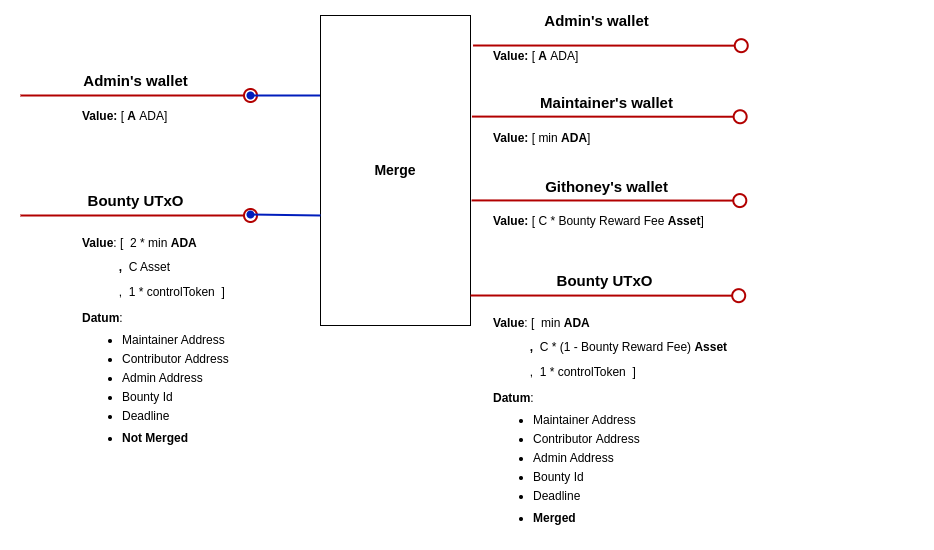
Above: docs/img/merge.png in githoney-io/githoney-smart-contract (draw.io), before the change. Source tidied: cells renumbered, new cells last; positions are measured from the earlier drawing's top-left corner, leaving out a move shared by most shapes.
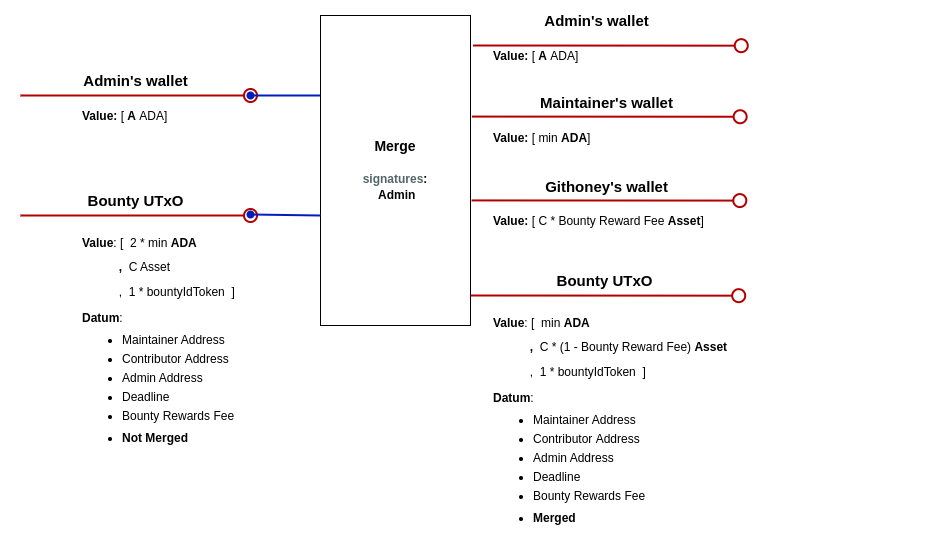
The same file after the commit.

The edit, as a diff of the source:
```diff
@@ -23,7 +23,7 @@
         <mxPoint x="719.7" y="111.2" as="targetPoint" />
       </mxGeometry>
     </mxCell>
-    <mxCell id="6" value="&lt;font style=&quot;&quot;&gt;&lt;span style=&quot;font-weight: bold; font-size: 14px;&quot;&gt;Merge&lt;/span&gt;&lt;/font&gt;" style="rounded=0;whiteSpace=wrap;html=1;" parent="1" vertex="1">
+    <mxCell id="6" value="&lt;font style=&quot;&quot;&gt;&lt;span style=&quot;font-weight: bold; font-size: 14px;&quot;&gt;Merge&lt;br&gt;&lt;br&gt;&lt;/span&gt;&lt;b&gt;&lt;font color=&quot;#536569&quot;&gt;signatures&lt;/font&gt;:&lt;br&gt;&amp;nbsp;Admin&lt;/b&gt;&lt;span style=&quot;font-weight: bold; font-size: 14px;&quot;&gt;&lt;br&gt;&lt;/span&gt;&lt;/font&gt;" style="rounded=0;whiteSpace=wrap;html=1;" parent="1" vertex="1">
       <mxGeometry x="300" y="10" width="150" height="310" as="geometry" />
     </mxCell>
     <mxCell id="7" value="&lt;font style=&quot;font-size: 15px;&quot;&gt;&lt;b style=&quot;font-size: 12px;&quot;&gt;&lt;font style=&quot;font-size: 15px;&quot;&gt;Admin's wallet&lt;/font&gt;&lt;/b&gt;&lt;b&gt;&lt;br&gt;&lt;/b&gt;&lt;/font&gt;" style="text;html=1;align=center;verticalAlign=middle;strokeColor=none;fillColor=none;" parent="1" vertex="1">
@@ -47,10 +47,10 @@
     <mxCell id="11" value="&lt;font style=&quot;font-size: 15px;&quot;&gt;&lt;b&gt;Bounty UTxO&lt;/b&gt;&lt;/font&gt;" style="text;html=1;align=center;verticalAlign=middle;strokeColor=none;fillColor=none;" parent="1" vertex="1">
       <mxGeometry x="55" y="180" width="120" height="30" as="geometry" />
     </mxCell>
-    <mxCell id="12" value="&lt;p style=&quot;line-height: 100%;&quot;&gt;&lt;b&gt;Value&lt;/b&gt;: [&amp;nbsp; 2 * min&lt;b&gt;&amp;nbsp;ADA&lt;/b&gt;&lt;/p&gt;&lt;p style=&quot;line-height: 100%;&quot;&gt;&lt;b&gt;&lt;span style=&quot;white-space: pre;&quot;&gt;&#9;&lt;/span&gt;&amp;nbsp; &amp;nbsp;,&amp;nbsp; &lt;/b&gt;C Asset&lt;br&gt;&lt;/p&gt;&lt;span style=&quot;background-color: initial;&quot;&gt;&amp;nbsp; &amp;nbsp; &amp;nbsp; &amp;nbsp; &amp;nbsp; &amp;nbsp;,&amp;nbsp; 1 * controlToken&lt;/span&gt;&lt;b style=&quot;background-color: initial;&quot;&gt;&amp;nbsp;&amp;nbsp;&lt;/b&gt;&lt;span style=&quot;background-color: initial;&quot;&gt;]&amp;nbsp;&lt;/span&gt;&lt;div&gt;&lt;p style=&quot;line-height: 100%;&quot;&gt;&lt;b&gt;Datum&lt;/b&gt;:&lt;/p&gt;&lt;ul style=&quot;line-height: 80%;&quot;&gt;&lt;li&gt;Maintainer Address&lt;br&gt;&lt;br&gt;&lt;/li&gt;&lt;li&gt;Contributor&amp;nbsp;Address&lt;br&gt;&lt;br&gt;&lt;/li&gt;&lt;li&gt;Admin Address&amp;nbsp; &amp;nbsp; &amp;nbsp; &amp;nbsp; &amp;nbsp; &amp;nbsp;&lt;br&gt;&amp;nbsp; &amp;nbsp; &amp;nbsp;&lt;/li&gt;&lt;li&gt;Bounty Id&lt;br&gt;&lt;br&gt;&lt;/li&gt;&lt;li&gt;Deadline&lt;/li&gt;&lt;/ul&gt;&lt;ul style=&quot;line-height: 80%;&quot;&gt;&lt;li&gt;&lt;b&gt;Not Merged&lt;br&gt;&lt;/b&gt;&lt;/li&gt;&lt;/ul&gt;&lt;p&gt;&lt;/p&gt;&lt;/div&gt;" style="text;html=1;strokeColor=none;fillColor=none;align=left;verticalAlign=middle;whiteSpace=wrap;rounded=0;" parent="1" vertex="1">
+    <mxCell id="12" value="&lt;p style=&quot;line-height: 100%;&quot;&gt;&lt;b&gt;Value&lt;/b&gt;: [&amp;nbsp; 2 * min&lt;b&gt;&amp;nbsp;ADA&lt;/b&gt;&lt;/p&gt;&lt;p style=&quot;line-height: 100%;&quot;&gt;&lt;b&gt;&lt;span style=&quot;white-space: pre;&quot;&gt;&#9;&lt;/span&gt;&amp;nbsp; &amp;nbsp;,&amp;nbsp; &lt;/b&gt;C Asset&lt;br&gt;&lt;/p&gt;&lt;span style=&quot;background-color: initial;&quot;&gt;&amp;nbsp; &amp;nbsp; &amp;nbsp; &amp;nbsp; &amp;nbsp; &amp;nbsp;,&amp;nbsp; 1 * bountyIdToken&lt;/span&gt;&lt;b style=&quot;background-color: initial;&quot;&gt;&amp;nbsp;&amp;nbsp;&lt;/b&gt;&lt;span style=&quot;background-color: initial;&quot;&gt;]&amp;nbsp;&lt;/span&gt;&lt;div&gt;&lt;p style=&quot;line-height: 100%;&quot;&gt;&lt;b&gt;Datum&lt;/b&gt;:&lt;/p&gt;&lt;ul style=&quot;line-height: 80%;&quot;&gt;&lt;li&gt;Maintainer Address&lt;br&gt;&lt;br&gt;&lt;/li&gt;&lt;li&gt;Contributor&amp;nbsp;Address&lt;br&gt;&lt;br&gt;&lt;/li&gt;&lt;li&gt;Admin Address&amp;nbsp; &amp;nbsp; &amp;nbsp; &amp;nbsp; &amp;nbsp; &amp;nbsp;&lt;br&gt;&amp;nbsp; &amp;nbsp; &amp;nbsp;&lt;/li&gt;&lt;li&gt;Deadline&lt;br&gt;&lt;br&gt;&lt;/li&gt;&lt;li&gt;Bounty Rewards Fee&lt;/li&gt;&lt;/ul&gt;&lt;ul style=&quot;line-height: 80%;&quot;&gt;&lt;li&gt;&lt;b&gt;Not Merged&lt;br&gt;&lt;/b&gt;&lt;/li&gt;&lt;/ul&gt;&lt;p&gt;&lt;/p&gt;&lt;/div&gt;" style="text;html=1;strokeColor=none;fillColor=none;align=left;verticalAlign=middle;whiteSpace=wrap;rounded=0;" parent="1" vertex="1">
       <mxGeometry x="60" y="210" width="437.4" height="250" as="geometry" />
     </mxCell>
-    <mxCell id="13" value="&lt;p style=&quot;line-height: 100%;&quot;&gt;&lt;b&gt;Value&lt;/b&gt;: [&amp;nbsp; min&lt;b&gt;&amp;nbsp;ADA&lt;/b&gt;&lt;/p&gt;&lt;p style=&quot;line-height: 100%;&quot;&gt;&lt;b&gt;&lt;span style=&quot;white-space: pre;&quot;&gt;&#9;&lt;/span&gt;&amp;nbsp; &amp;nbsp;,&amp;nbsp;&amp;nbsp;&lt;/b&gt;&lt;span style=&quot;background-color: initial;&quot;&gt;C * (1 - Bounty Reward Fee)&lt;/span&gt;&lt;span style=&quot;background-color: initial;&quot;&gt;&amp;nbsp;&lt;/span&gt;&lt;b style=&quot;background-color: initial;&quot;&gt;Asset&lt;/b&gt;&lt;br&gt;&lt;/p&gt;&lt;span style=&quot;background-color: initial;&quot;&gt;&amp;nbsp; &amp;nbsp; &amp;nbsp; &amp;nbsp; &amp;nbsp; &amp;nbsp;,&amp;nbsp; 1 * controlToken&lt;/span&gt;&lt;b style=&quot;background-color: initial;&quot;&gt;&amp;nbsp;&amp;nbsp;&lt;/b&gt;&lt;span style=&quot;background-color: initial;&quot;&gt;]&amp;nbsp;&lt;/span&gt;&lt;div&gt;&lt;p style=&quot;line-height: 100%;&quot;&gt;&lt;b&gt;Datum&lt;/b&gt;:&lt;/p&gt;&lt;ul style=&quot;line-height: 80%;&quot;&gt;&lt;li&gt;Maintainer Address&lt;br&gt;&lt;b&gt;&lt;br&gt;&lt;/b&gt;&lt;/li&gt;&lt;li&gt;Contributor&amp;nbsp;Address&lt;br&gt;&lt;/li&gt;&lt;br&gt;&lt;li&gt;Admin Address&amp;nbsp; &amp;nbsp; &amp;nbsp; &amp;nbsp; &amp;nbsp; &amp;nbsp;&lt;br&gt;&amp;nbsp; &amp;nbsp; &amp;nbsp;&lt;/li&gt;&lt;li&gt;Bounty Id&lt;br&gt;&lt;br&gt;&lt;/li&gt;&lt;li&gt;Deadline&lt;/li&gt;&lt;/ul&gt;&lt;ul style=&quot;line-height: 80%;&quot;&gt;&lt;li&gt;&lt;b&gt;Merged&lt;br&gt;&lt;/b&gt;&lt;/li&gt;&lt;/ul&gt;&lt;p&gt;&lt;/p&gt;&lt;/div&gt;" style="text;html=1;strokeColor=none;fillColor=none;align=left;verticalAlign=middle;whiteSpace=wrap;rounded=0;" parent="1" vertex="1">
+    <mxCell id="13" value="&lt;p style=&quot;line-height: 100%;&quot;&gt;&lt;b&gt;Value&lt;/b&gt;: [&amp;nbsp; min&lt;b&gt;&amp;nbsp;ADA&lt;/b&gt;&lt;/p&gt;&lt;p style=&quot;line-height: 100%;&quot;&gt;&lt;b&gt;&lt;span style=&quot;white-space: pre;&quot;&gt;&#9;&lt;/span&gt;&amp;nbsp; &amp;nbsp;,&amp;nbsp;&amp;nbsp;&lt;/b&gt;&lt;span style=&quot;background-color: initial;&quot;&gt;C * (1 - Bounty Reward Fee)&lt;/span&gt;&lt;span style=&quot;background-color: initial;&quot;&gt;&amp;nbsp;&lt;/span&gt;&lt;b style=&quot;background-color: initial;&quot;&gt;Asset&lt;/b&gt;&lt;br&gt;&lt;/p&gt;&lt;span style=&quot;background-color: initial;&quot;&gt;&amp;nbsp; &amp;nbsp; &amp;nbsp; &amp;nbsp; &amp;nbsp; &amp;nbsp;,&amp;nbsp; 1 * bountyIdToken&lt;/span&gt;&lt;b style=&quot;background-color: initial;&quot;&gt;&amp;nbsp;&amp;nbsp;&lt;/b&gt;&lt;span style=&quot;background-color: initial;&quot;&gt;]&amp;nbsp;&lt;/span&gt;&lt;div&gt;&lt;p style=&quot;line-height: 100%;&quot;&gt;&lt;b&gt;Datum&lt;/b&gt;:&lt;/p&gt;&lt;ul style=&quot;line-height: 80%;&quot;&gt;&lt;li&gt;Maintainer Address&lt;br&gt;&lt;b&gt;&lt;br&gt;&lt;/b&gt;&lt;/li&gt;&lt;li&gt;Contributor&amp;nbsp;Address&lt;br&gt;&lt;/li&gt;&lt;br&gt;&lt;li&gt;Admin Address&amp;nbsp; &amp;nbsp; &amp;nbsp; &amp;nbsp; &amp;nbsp; &amp;nbsp;&lt;br&gt;&amp;nbsp; &amp;nbsp; &amp;nbsp;&lt;/li&gt;&lt;li&gt;Deadline&lt;br&gt;&lt;br&gt;&lt;/li&gt;&lt;li&gt;Bounty Rewards Fee&lt;/li&gt;&lt;/ul&gt;&lt;ul style=&quot;line-height: 80%;&quot;&gt;&lt;li&gt;&lt;b&gt;Merged&lt;br&gt;&lt;/b&gt;&lt;/li&gt;&lt;/ul&gt;&lt;p&gt;&lt;/p&gt;&lt;/div&gt;" style="text;html=1;strokeColor=none;fillColor=none;align=left;verticalAlign=middle;whiteSpace=wrap;rounded=0;" parent="1" vertex="1">
       <mxGeometry x="471.1" y="290" width="437.4" height="250" as="geometry" />
     </mxCell>
     <mxCell id="14" value="&lt;b&gt;Value: &lt;/b&gt;[&lt;b&gt;&amp;nbsp;&lt;/b&gt;min &lt;b&gt;ADA&lt;/b&gt;]" style="text;html=1;strokeColor=none;fillColor=none;align=left;verticalAlign=middle;whiteSpace=wrap;rounded=0;" parent="1" vertex="1">
```
